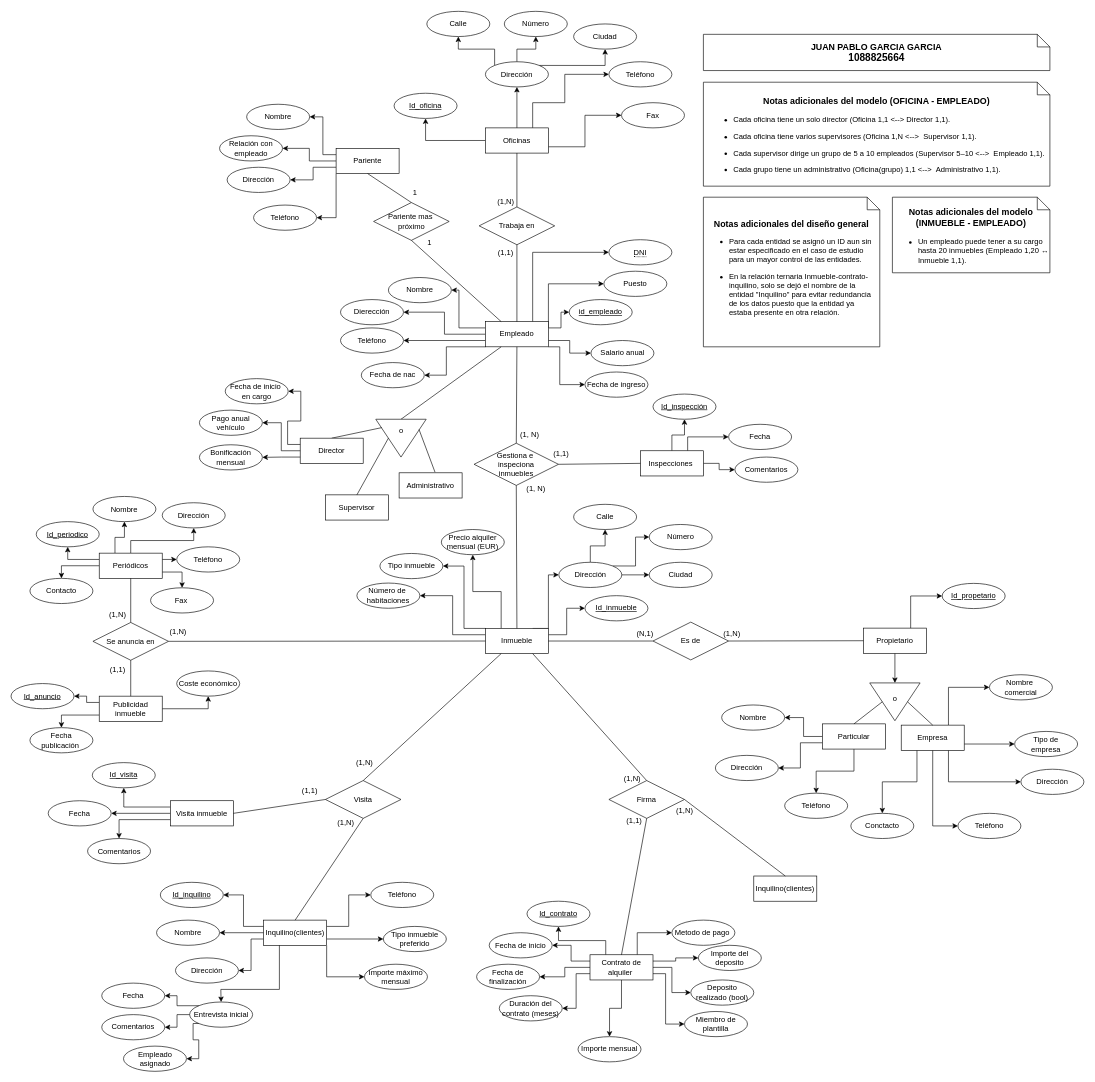
This is Inmueble.drawio from Juan-Garcia16/Bases-de-Datos, a draw.io file, before an edit. Source tidied: cells renumbered, new cells numbered last; positions are measured from the earlier drawing's top-left corner, leaving out a move shared by most shapes. Both pictures are drawn from the tidied source at 63%, with x=0, y=0 at pixel (11, 11).
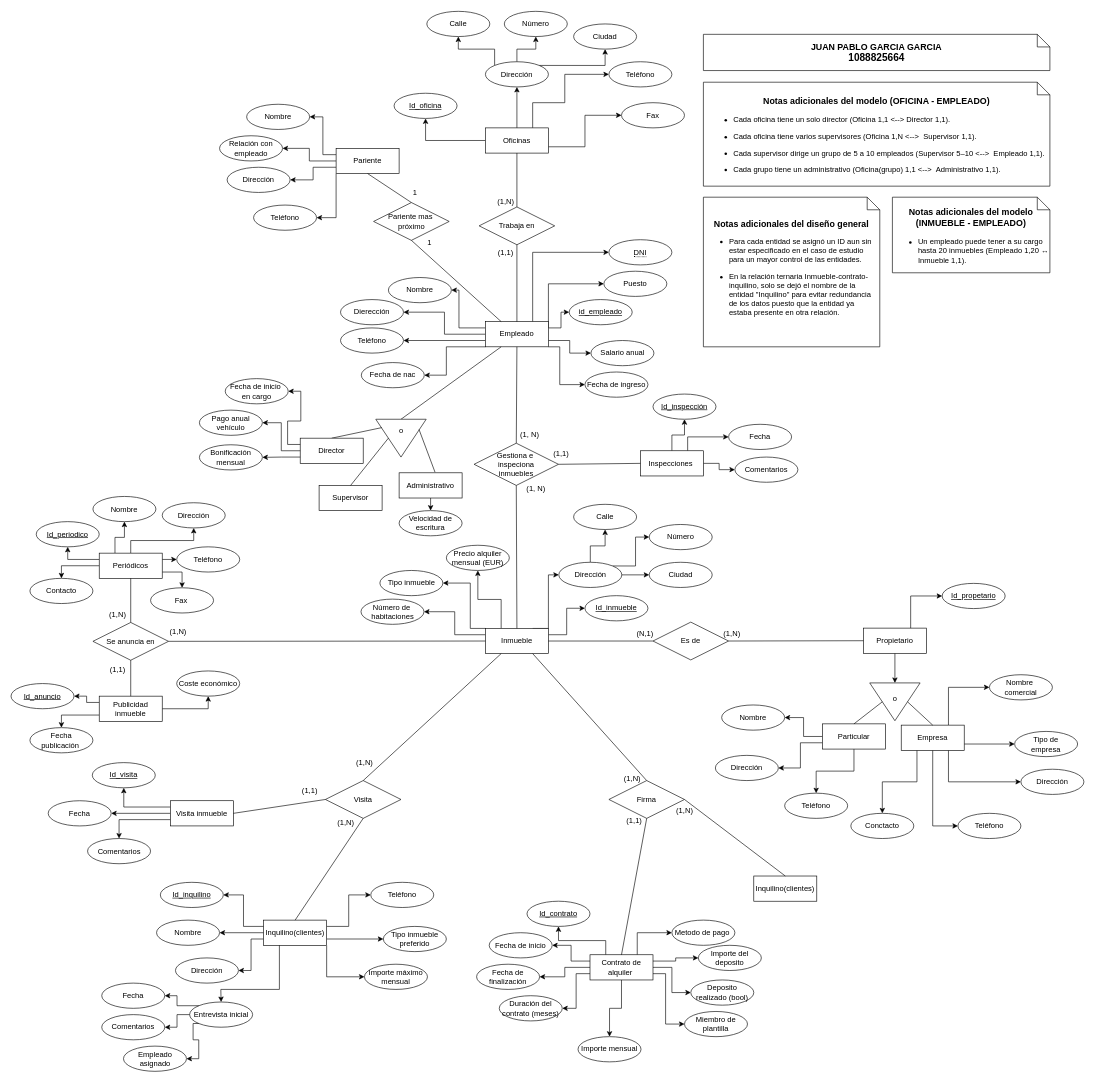
Above is the later version.

Unchanged cells that the change refers to:
```xml
<mxCell id="58" value="Administrativo" style="whiteSpace=wrap;html=1;align=center;" parent="1" vertex="1">
  <mxGeometry x="616" y="732" width="100" height="40" as="geometry" />
</mxCell>
<mxCell id="88" value="Inmueble" style="whiteSpace=wrap;html=1;align=center;" parent="1" vertex="1">
  <mxGeometry x="753" y="979" width="100" height="40" as="geometry" />
</mxCell>
```

Change to the diagram source:
```diff
@@
+    <mxCell id="226" style="edgeStyle=orthogonalEdgeStyle;rounded=0;jettySize=auto;html=1;exitX=0.5;exitY=1;exitDx=0;exitDy=0;entryX=0.5;entryY=0;entryDx=0;entryDy=0;" parent="1" edge="1" source="58" target="227">
+      <mxGeometry relative="1" as="geometry" />
+    </mxCell>
@@
     <mxCell id="59" value="Supervisor" style="whiteSpace=wrap;html=1;align=center;" parent="1" vertex="1">
-      <mxGeometry x="499" y="767" width="100" height="40" as="geometry" />
+      <mxGeometry x="489" y="752" width="100" height="40" as="geometry" />
     </mxCell>
@@
+    <mxCell id="87" style="edgeStyle=orthogonalEdgeStyle;rounded=0;jettySize=auto;html=1;exitX=0;exitY=0.25;exitDx=0;exitDy=0;entryX=1;entryY=0.5;entryDx=0;entryDy=0;" parent="1" edge="1" source="88" target="91">
+      <mxGeometry relative="1" as="geometry" />
+    </mxCell>
     <mxCell id="86" style="edgeStyle=orthogonalEdgeStyle;rounded=0;jettySize=auto;html=1;exitX=0;exitY=0;exitDx=0;exitDy=0;entryX=1;entryY=0.5;entryDx=0;entryDy=0;" parent="1" edge="1" source="88" target="89">
       <mxGeometry relative="1" as="geometry">
         <Array as="points">
-          <mxPoint x="719" y="979" />
-          <mxPoint x="719" y="880" />
+          <mxPoint x="729" y="979" />
+          <mxPoint x="729" y="907" />
         </Array>
       </mxGeometry>
     </mxCell>
-    <mxCell id="87" style="edgeStyle=orthogonalEdgeStyle;rounded=0;jettySize=auto;html=1;exitX=0;exitY=0.25;exitDx=0;exitDy=0;entryX=1;entryY=0.5;entryDx=0;entryDy=0;" parent="1" edge="1" source="88" target="91">
-      <mxGeometry relative="1" as="geometry" />
-    </mxCell>
@@
     <mxCell id="89" value="Tipo inmueble" style="ellipse;whiteSpace=wrap;html=1;align=center;" parent="1" vertex="1">
-      <mxGeometry x="585.5" y="860" width="100" height="40" as="geometry" />
+      <mxGeometry x="585.5" y="887" width="100" height="40" as="geometry" />
     </mxCell>
     <mxCell id="90" value="Precio alquiler&lt;div&gt;mensual (EUR)&lt;/div&gt;" style="ellipse;whiteSpace=wrap;html=1;align=center;" parent="1" vertex="1">
-      <mxGeometry x="683" y="822" width="100" height="40" as="geometry" />
+      <mxGeometry x="691" y="847" width="100" height="40" as="geometry" />
     </mxCell>
     <mxCell id="91" value="Número de&amp;nbsp;&lt;div&gt;habitaciones&lt;/div&gt;" style="ellipse;whiteSpace=wrap;html=1;align=center;" parent="1" vertex="1">
-      <mxGeometry x="549" y="907" width="100" height="40" as="geometry" />
+      <mxGeometry x="555.5" y="932.5" width="100" height="40" as="geometry" />
     </mxCell>
@@
+    <mxCell id="227" value="Velocidad de escritura" style="ellipse;whiteSpace=wrap;html=1;align=center;" parent="1" vertex="1">
+      <mxGeometry x="616" y="792" width="100" height="40" as="geometry" />
+    </mxCell>
```
